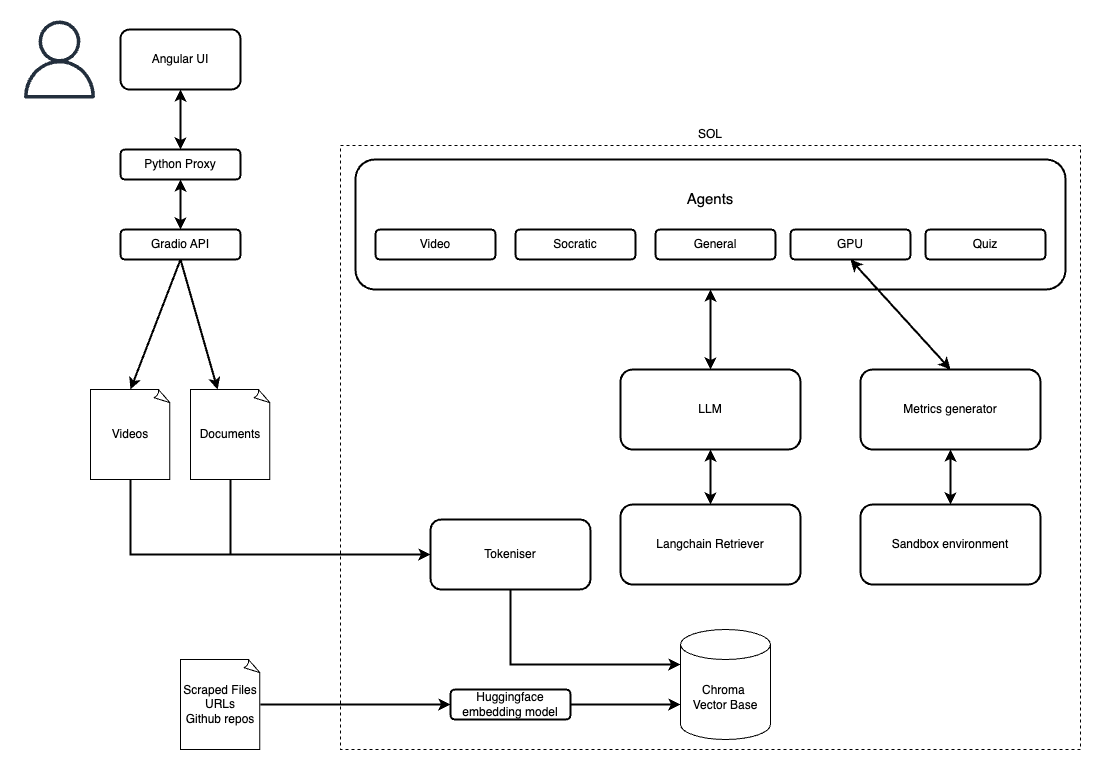
Earlier version of the draw.io export assets/architecture.png (SayantikaPaul-12/nvidia-ai-accelerated-spark). Source tidied: cells renumbered, new cells last; positions are measured from the earlier drawing's top-left corner, leaving out a move shared by most shapes.
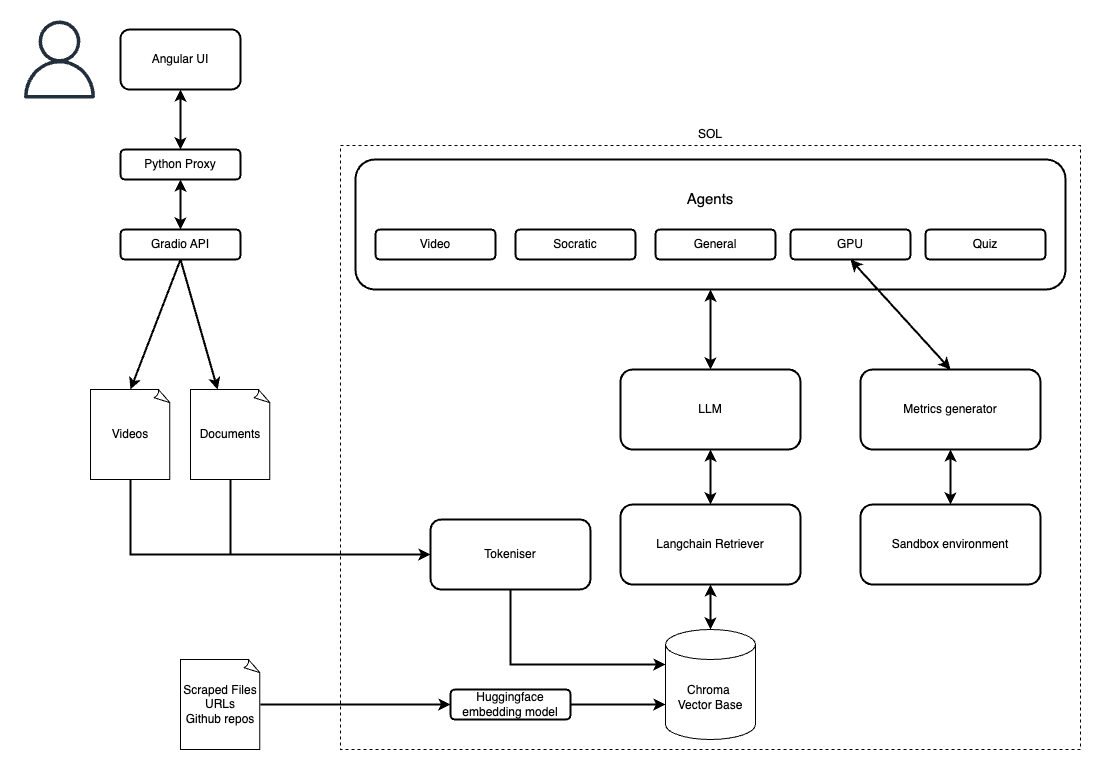
Later version of the same file.

Commit message:
arch diag

Diff of the diagram source:
```diff
@@ -33,7 +33,7 @@
       <mxGeometry x="905" y="209" width="120" height="30" as="geometry" />
     </mxCell>
     <mxCell id="12" value="Chroma&amp;nbsp;&lt;div&gt;Vector Base&lt;/div&gt;" style="shape=cylinder3;whiteSpace=wrap;html=1;boundedLbl=1;backgroundOutline=1;size=15;strokeColor=#000000;fontColor=#000000;fillColor=none;" parent="1" vertex="1">
-      <mxGeometry x="660" y="609" width="90" height="110" as="geometry" />
+      <mxGeometry x="645" y="609" width="90" height="110" as="geometry" />
     </mxCell>
     <mxCell id="13" value="Documents" style="whiteSpace=wrap;html=1;shape=mxgraph.basic.document;fillColor=none;strokeColor=#000000;fontColor=#000000;" parent="1" vertex="1">
       <mxGeometry x="170" y="369" width="80" height="90" as="geometry" />
@@ -120,5 +120,8 @@
     <mxCell id="36" style="sketch=0;fontColor=#000000;gradientColor=none;fillColor=light-dark(#232F3D,#FFFFFF);strokeColor=#000000;dashed=0;verticalLabelPosition=bottom;verticalAlign=top;align=center;html=1;fontSize=12;fontStyle=0;shape=mxgraph.aws4.user;" parent="1" vertex="1">
       <mxGeometry width="78" height="78" as="geometry" />
     </mxCell>
+    <mxCell id="37" style="endArrow=classic;startArrow=classic;html=1;rounded=0;strokeWidth=2;exitX=0.5;exitY=1;exitDx=0;exitDy=0;entryX=0.5;entryY=0;entryDx=0;entryDy=0;strokeColor=#000000;fontColor=#000000;entryPerimeter=0;" parent="1" edge="1" source="20" target="12">
+      <mxGeometry relative="1" as="geometry" />
+    </mxCell>
   </root>
 </mxGraphModel>
```
